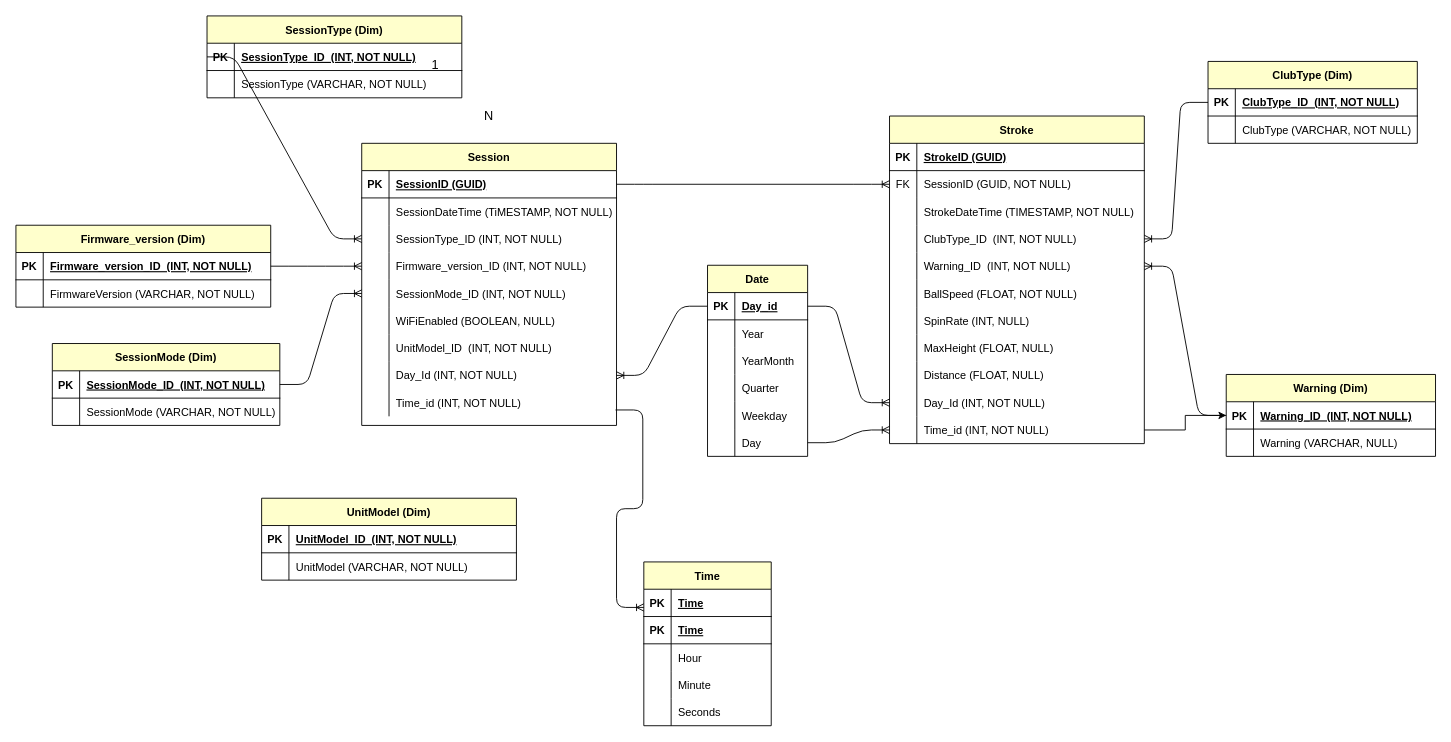
esrakiv/esrakiv keeps this draw.io diagram as trackman_bi_challenge_esra.drawio. Above is the earlier version. Source tidied: cells renumbered, new cells numbered last; positions are measured from the earlier drawing's top-left corner, leaving out a move shared by most shapes. Both pictures are drawn from the tidied source at 91%, with x=0, y=0 at pixel (15, 15).
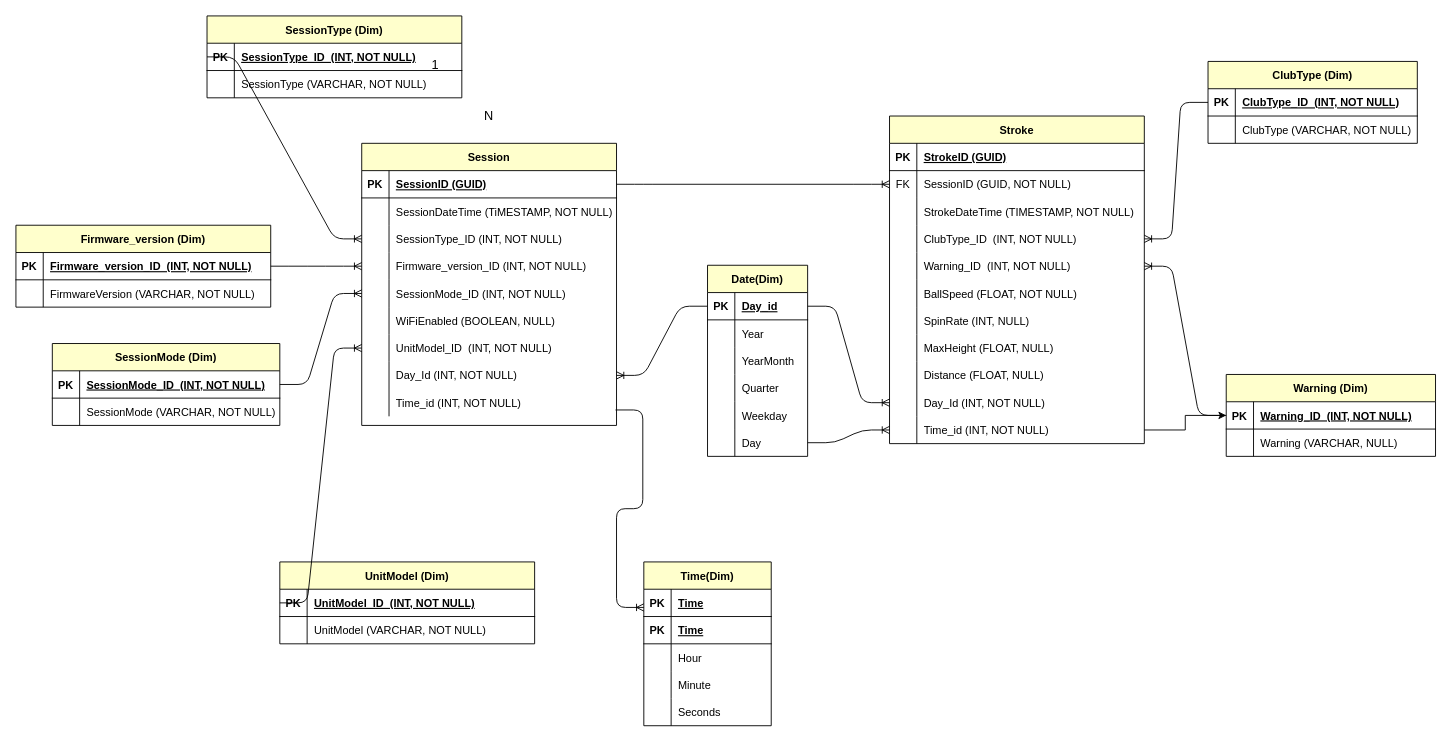
After the change.

The change refers to these unchanged cells:
```xml
<mxCell id="21" style="shape=partialRectangle;fillColor=none;top=0;left=0;bottom=0;right=0;points=[[0,0.5],[1,0.5]];portConstraint=eastwest;" parent="2" vertex="1">
  <mxGeometry y="210" width="280" height="30" as="geometry" />
</mxCell>
<mxCell id="89" style="shape=partialRectangle;fillColor=none;top=0;left=0;bottom=1;right=0;points=[[0,0.5],[1,0.5]];portConstraint=eastwest;" parent="88" vertex="1">
  <mxGeometry y="30" width="280" height="30" as="geometry" />
</mxCell>
```

The edit, as a diff of the source:
```diff
@@
     <mxCell id="88" value="UnitModel (Dim)" style="shape=table;startSize=30;childLayout=tableLayout;rowLines=0;fontStyle=1;align=center;strokeColor=#000000;fillColor=#FFFFCC;" parent="1" vertex="1">
-      <mxGeometry x="270" y="530" width="280" height="90" as="geometry" />
+      <mxGeometry x="290" y="600" width="280" height="90" as="geometry" />
     </mxCell>
@@
-    <mxCell id="109" value="Date" style="shape=table;startSize=30;childLayout=tableLayout;rowLines=0;fontStyle=1;align=center;strokeColor=#000000;fillColor=#FFFFCC;" parent="1" vertex="1">
+    <mxCell id="109" value="Date(Dim)" style="shape=table;startSize=30;childLayout=tableLayout;rowLines=0;fontStyle=1;align=center;strokeColor=#000000;fillColor=#FFFFCC;" parent="1" vertex="1">
       <mxGeometry x="760" y="274" width="110" height="210" as="geometry" />
     </mxCell>
@@
-    <mxCell id="128" value="Time" style="shape=table;startSize=30;childLayout=tableLayout;rowLines=0;fontStyle=1;align=center;strokeColor=#000000;fillColor=#FFFFCC;" parent="1" vertex="1">
+    <mxCell id="128" value="Time(Dim)" style="shape=table;startSize=30;childLayout=tableLayout;rowLines=0;fontStyle=1;align=center;strokeColor=#000000;fillColor=#FFFFCC;" parent="1" vertex="1">
       <mxGeometry x="690" y="600" width="140" height="180" as="geometry" />
     </mxCell>
@@
+    <mxCell id="154" style="edgeStyle=entityRelationEdgeStyle;fontSize=12;html=1;endArrow=ERoneToMany;exitX=0;exitY=0.5;exitDx=0;exitDy=0;entryX=0;entryY=0.5;entryDx=0;entryDy=0;" parent="1" edge="1" source="89" target="21">
+      <mxGeometry relative="1" as="geometry" />
+    </mxCell>
```
